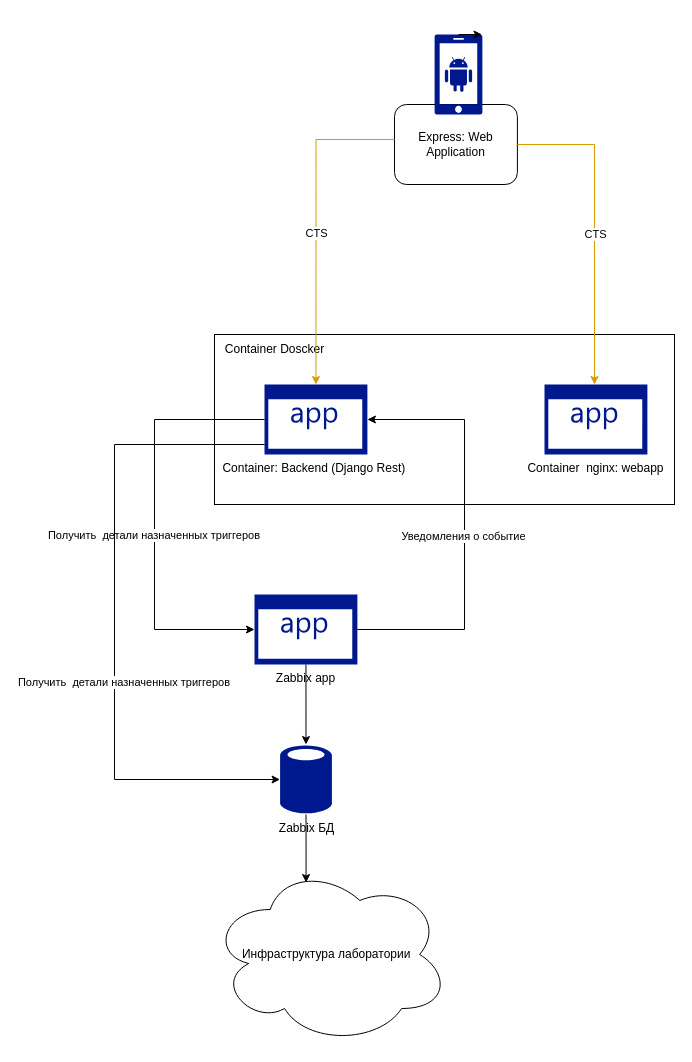
Before: Диаграмма без названия.drawio in borisbbtest/smartapp, a draw.io diagram. Source tidied: cells renumbered, new cells numbered last; positions are measured from the earlier drawing's top-left corner, leaving out a move shared by most shapes. Both pictures are drawn from the tidied source at 100%, with x=0, y=0 at pixel (114, 34).
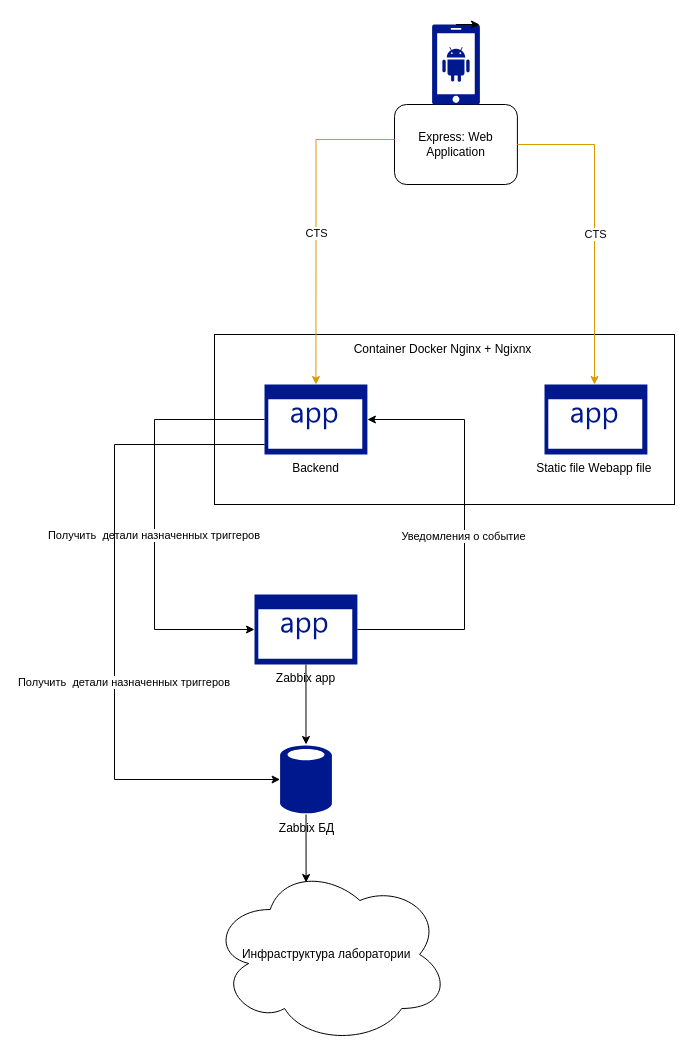
Above is the later version.

Diff of the diagram source:
```diff
@@
     <mxCell id="3" style="sketch=0;shadow=0;dashed=0;html=1;strokeColor=none;labelPosition=center;verticalLabelPosition=bottom;verticalAlign=top;align=center;fillColor=#00188D;shape=mxgraph.mscae.enterprise.android_phone;" parent="1" vertex="1">
-      <mxGeometry x="320" width="48" height="80" as="geometry" />
+      <mxGeometry x="317.5" y="-10" width="48" height="80" as="geometry" />
     </mxCell>
@@
-    <mxCell id="5" value="Container: Backend (Django Rest)&amp;nbsp;" style="sketch=0;shadow=0;dashed=0;html=1;strokeColor=none;labelPosition=center;verticalLabelPosition=bottom;verticalAlign=top;align=center;fillColor=#00188D;shape=mxgraph.mscae.enterprise.application;" parent="1" vertex="1">
+    <mxCell id="5" value="&amp;nbsp;Backend&amp;nbsp;" style="sketch=0;shadow=0;dashed=0;html=1;strokeColor=none;labelPosition=center;verticalLabelPosition=bottom;verticalAlign=top;align=center;fillColor=#00188D;shape=mxgraph.mscae.enterprise.application;" parent="1" vertex="1">
       <mxGeometry x="150" y="350" width="102.9" height="70" as="geometry" />
     </mxCell>
@@
-    <mxCell id="7" value="Container&amp;nbsp; nginx: webapp" style="sketch=0;shadow=0;dashed=0;html=1;strokeColor=none;labelPosition=center;verticalLabelPosition=bottom;verticalAlign=top;align=center;fillColor=#00188D;shape=mxgraph.mscae.enterprise.application;" parent="1" vertex="1">
+    <mxCell id="7" value="Static file Webapp file&amp;nbsp;" style="sketch=0;shadow=0;dashed=0;html=1;strokeColor=none;labelPosition=center;verticalLabelPosition=bottom;verticalAlign=top;align=center;fillColor=#00188D;shape=mxgraph.mscae.enterprise.application;" parent="1" vertex="1">
       <mxGeometry x="430" y="350" width="102.9" height="70" as="geometry" />
     </mxCell>
@@
-    <mxCell id="10" value="Container Doscker" style="text;html=1;align=center;verticalAlign=middle;strokeColor=none;fillColor=none;" parent="1" vertex="1">
-      <mxGeometry x="100" y="300" width="120" height="30" as="geometry" />
+    <mxCell id="10" value="Container Docker Nginx + Ngixnx" style="text;html=1;align=center;verticalAlign=middle;strokeColor=none;fillColor=none;" parent="1" vertex="1">
+      <mxGeometry x="227.9" y="300" width="200" height="30" as="geometry" />
     </mxCell>
```
